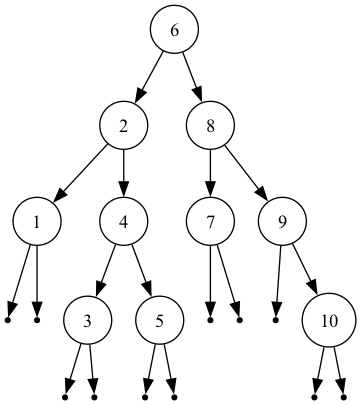
Earlier version of the Graphviz export tree.png (SharQawyCS/Optimal-Binary-Search-Tree). Its source is kept beside it as tree.dot.
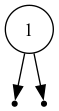
Above is the later version.

Commit message:
Basic CLI created + assign() added to Tree class

What changed in the source:
```diff
@@ -1,34 +1,7 @@
 digraph OBST {
   node [shape=circle];
-  "6" -> "2";
-  "2" -> "1";
   null0 [shape=point];
   "1" -> null0;
   null1 [shape=point];
   "1" -> null1;
-  "2" -> "4";
-  "4" -> "3";
-  null2 [shape=point];
-  "3" -> null2;
-  null3 [shape=point];
-  "3" -> null3;
-  "4" -> "5";
-  null4 [shape=point];
-  "5" -> null4;
-  null5 [shape=point];
-  "5" -> null5;
-  "6" -> "8";
-  "8" -> "7";
-  null6 [shape=point];
-  "7" -> null6;
-  null7 [shape=point];
-  "7" -> null7;
-  "8" -> "9";
-  null8 [shape=point];
-  "9" -> null8;
-  "9" -> "10";
-  null9 [shape=point];
-  "10" -> null9;
-  null10 [shape=point];
-  "10" -> null10;
 }
```
